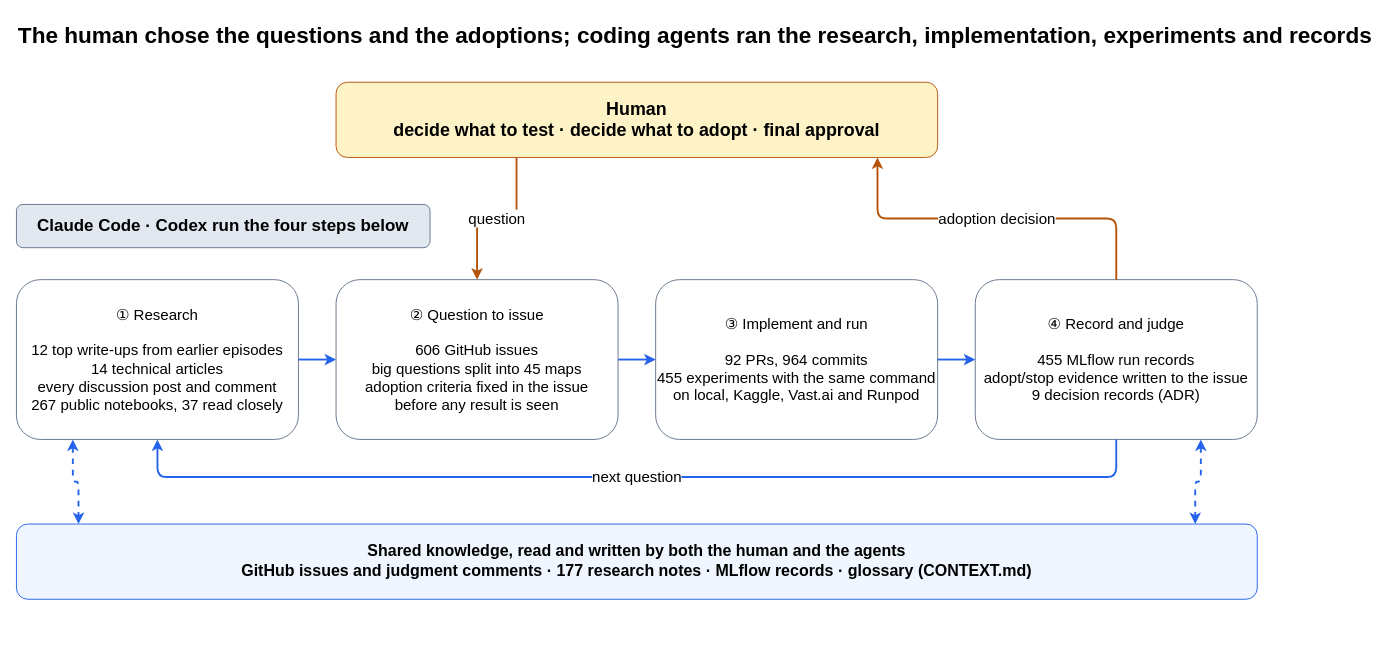
Earlier version of the draw.io diagram docs/writeup/assets/writeup-agent-loop.drawio (tmheo/predicting-smartphone-addiction). Source tidied: cells renumbered, new cells numbered last; positions are measured from the earlier drawing's top-left corner, leaving out a move shared by most shapes. Both pictures are drawn from the tidied source at 94%, with x=0, y=0 at pixel (16, 16).
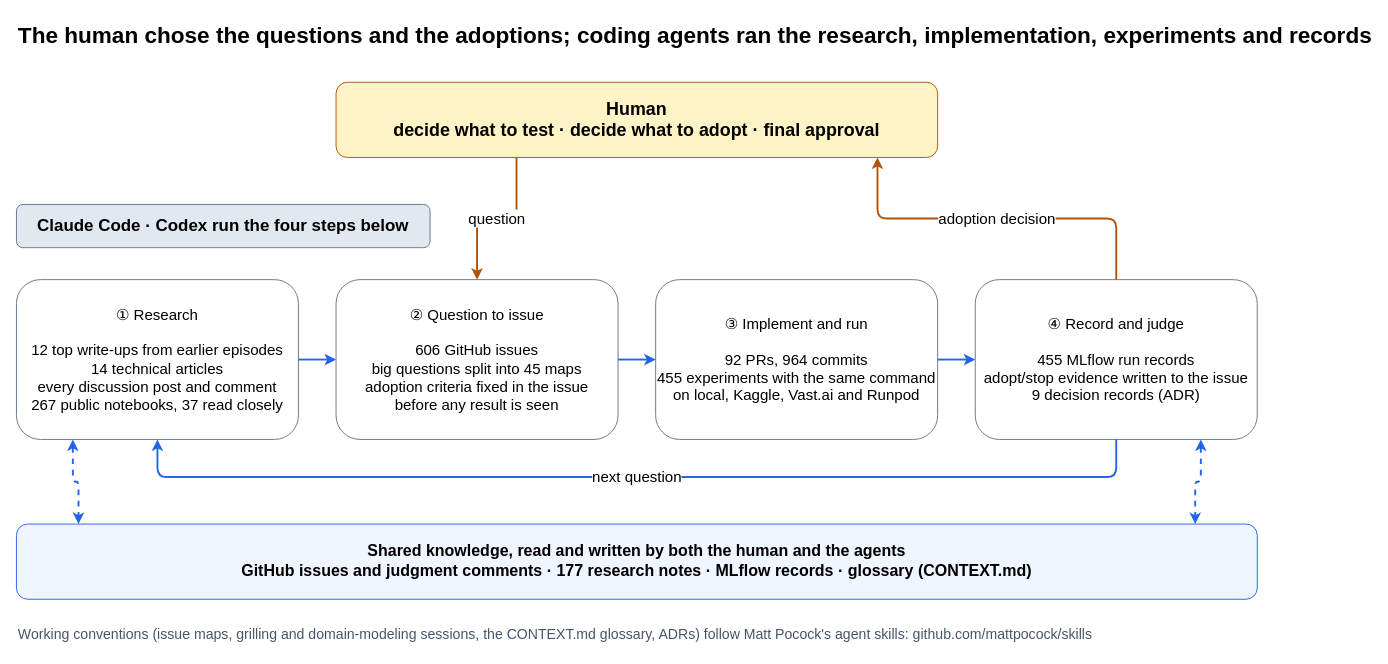
Above is the later version.

Commit message (it also covers changes not shown here):
docs: 영문 write-up과 에이전트 순환 그림에 Matt Pocock 스킬 출처를 밝힌다 (#609)

Diff of the diagram source:
```diff
@@
+    <mxCell id="18" value="Working conventions (issue maps, grilling and domain-modeling sessions, the CONTEXT.md glossary, ADRs) follow Matt Pocock's agent skills: github.com/mattpocock/skills" style="text;html=1;fontSize=15;fontColor=#475569;align=left;verticalAlign=middle;whiteSpace=wrap;" parent="1" vertex="1">
+      <mxGeometry y="642" width="1320" height="30" as="geometry" />
+    </mxCell>
```
